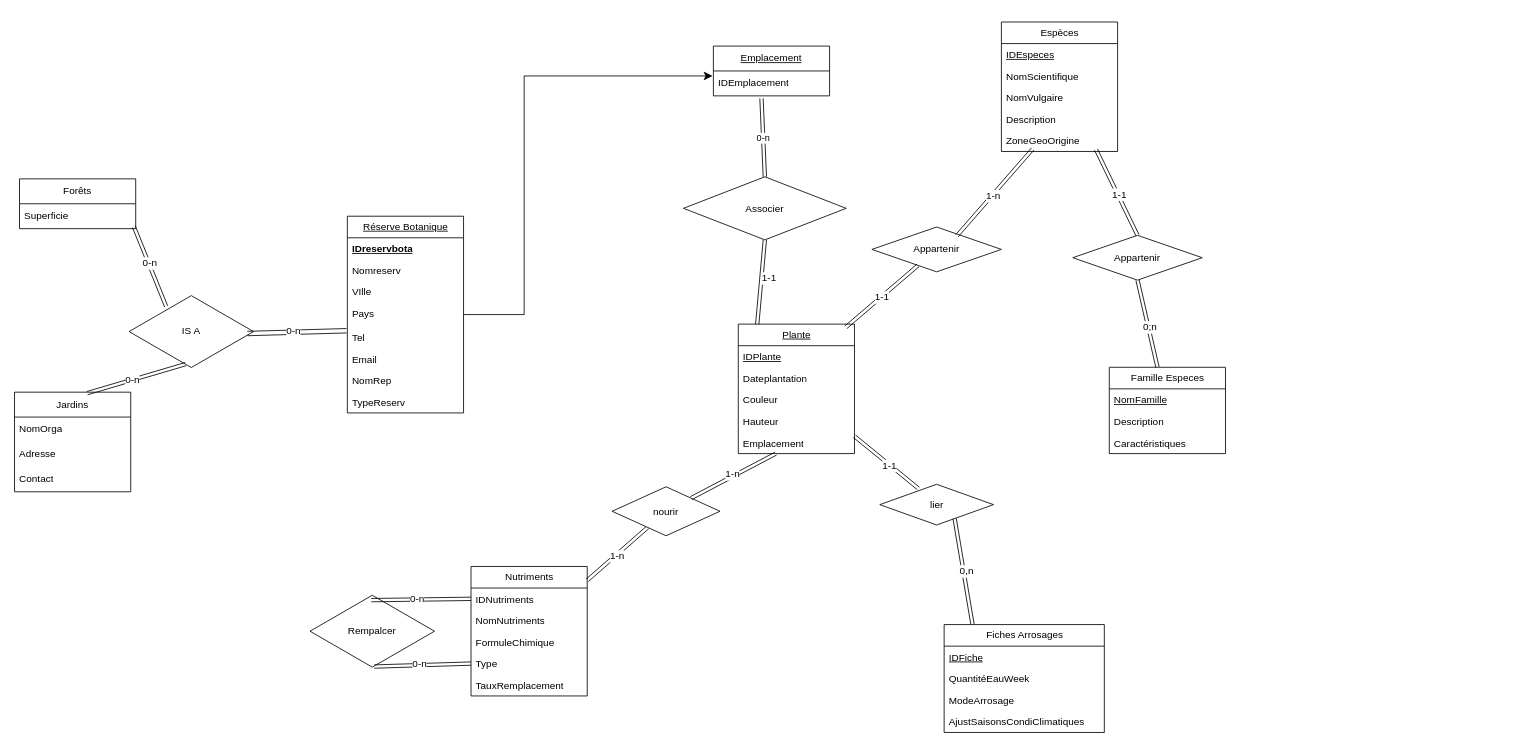
This is SAE3/Untitled Diagram.drawio from korasrar/Work, a draw.io file, before an edit. Source tidied: cells renumbered, new cells numbered last; positions are measured from the earlier drawing's top-left corner, leaving out a move shared by most shapes. Both pictures are drawn from the tidied source at 83%, with x=0, y=0 at pixel (14, 22).
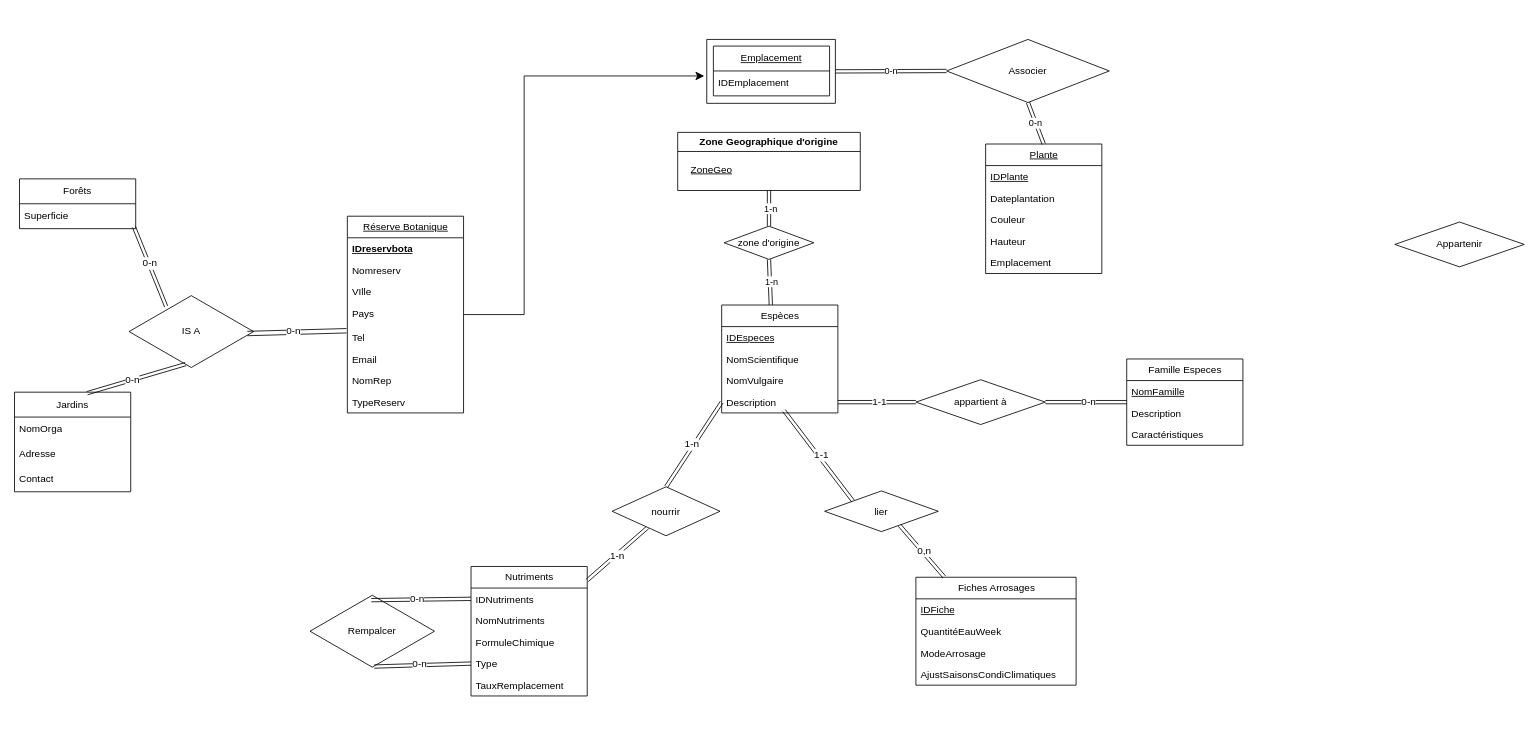
The same diagram, later.

Commit message:
Mettre à jour Untitled Diagram.drawio

The change refers to these unchanged cells:
```xml
<mxCell id="6" value="Pays" style="text;strokeColor=none;fillColor=none;align=left;verticalAlign=top;spacingLeft=4;spacingRight=4;overflow=hidden;points=[[0,0.5],[1,0.5]];portConstraint=eastwest;whiteSpace=wrap;html=1;" parent="2" vertex="1">
  <mxGeometry y="104" width="140" height="29" as="geometry" />
</mxCell>
<mxCell id="16" value="Emplacement" style="text;strokeColor=none;fillColor=none;align=left;verticalAlign=top;spacingLeft=4;spacingRight=4;overflow=hidden;points=[[0,0.5],[1,0.5]];portConstraint=eastwest;whiteSpace=wrap;html=1;" parent="11" vertex="1">
  <mxGeometry y="130" width="140" height="26" as="geometry" />
</mxCell>
<mxCell id="21" value="Description" style="text;strokeColor=none;fillColor=none;align=left;verticalAlign=top;spacingLeft=4;spacingRight=4;overflow=hidden;points=[[0,0.5],[1,0.5]];portConstraint=eastwest;whiteSpace=wrap;html=1;" parent="17" vertex="1">
  <mxGeometry y="104" width="140" height="26" as="geometry" />
</mxCell>
<mxCell id="81" value="IDEmplacement" style="text;strokeColor=none;fillColor=none;align=left;verticalAlign=middle;spacingLeft=4;spacingRight=4;overflow=hidden;points=[[0,0.5],[1,0.5]];portConstraint=eastwest;whiteSpace=wrap;html=1;" parent="80" vertex="1">
  <mxGeometry y="30" width="140" height="30" as="geometry" />
</mxCell>
```

Diff of the diagram source:
```diff
@@
     <mxCell id="11" value="&lt;u&gt;Plante&lt;/u&gt;" style="swimlane;fontStyle=0;horizontal=1;startSize=26;fillColor=none;html=1;" parent="1" vertex="1">
-      <mxGeometry x="872" y="364" width="140" height="156" as="geometry" />
+      <mxGeometry x="1170" y="147" width="140" height="156" as="geometry" />
     </mxCell>
@@
     <mxCell id="17" value="Espèces" style="swimlane;fontStyle=0;horizontal=1;startSize=26;fillColor=none;html=1;" parent="1" vertex="1">
-      <mxGeometry x="1189" width="140" height="156" as="geometry" />
+      <mxGeometry x="852" y="341" width="140" height="130" as="geometry" />
     </mxCell>
@@
-    <mxCell id="22" value="ZoneGeoOrigine" style="text;strokeColor=none;fillColor=none;align=left;verticalAlign=top;spacingLeft=4;spacingRight=4;overflow=hidden;whiteSpace=wrap;html=1;" parent="17" vertex="1">
-      <mxGeometry y="130" width="140" height="26" as="geometry" />
-    </mxCell>
     <mxCell id="23" value="Famille Especes" style="swimlane;fontStyle=0;horizontal=1;startSize=26;fillColor=none;html=1;" parent="1" vertex="1">
-      <mxGeometry x="1319" y="416" width="140" height="104" as="geometry" />
+      <mxGeometry x="1340" y="406" width="140" height="104" as="geometry" />
     </mxCell>
@@
     <mxCell id="27" value="Fiches Arrosages" style="swimlane;fontStyle=0;horizontal=1;startSize=26;fillColor=none;html=1;" parent="1" vertex="1">
-      <mxGeometry x="1120" y="726" width="193" height="130" as="geometry" />
+      <mxGeometry x="1086" y="669" width="193" height="130" as="geometry" />
     </mxCell>
@@
     <mxCell id="38" value="&lt;div&gt;Associer&lt;/div&gt;" style="rhombus;whiteSpace=wrap;html=1;" parent="1" vertex="1">
-      <mxGeometry x="806" y="186.5" width="196" height="76" as="geometry" />
+      <mxGeometry x="1123" y="21" width="196" height="76" as="geometry" />
     </mxCell>
@@
-    <mxCell id="40" style="shape=link;html=1;rounded=0;fontSize=12;startSize=8;endSize=8;curved=1;entryX=0.163;entryY=0.001;entryDx=0;entryDy=0;entryPerimeter=0;exitX=0.5;exitY=1;exitDx=0;exitDy=0;" parent="1" edge="1" source="38" target="11">
-      <mxGeometry relative="1" as="geometry" />
-    </mxCell>
-    <mxCell id="41" value="1-1" style="edgeLabel;html=1;align=center;verticalAlign=middle;fontSize=12;" parent="40" vertex="1">
-      <mxGeometry x="-0.29" relative="1" as="geometry">
-        <mxPoint x="8" y="10" as="offset" />
-      </mxGeometry>
-    </mxCell>
     <mxCell id="42" value="Appartenir" style="rhombus;whiteSpace=wrap;html=1;" parent="1" vertex="1">
-      <mxGeometry x="1033" y="247" width="156" height="54" as="geometry" />
+      <mxGeometry x="1663" y="241" width="156" height="54" as="geometry" />
     </mxCell>
-    <mxCell id="43" style="shape=link;html=1;rounded=0;fontSize=12;startSize=8;endSize=8;curved=1;entryX=0.362;entryY=0.883;entryDx=0;entryDy=0;entryPerimeter=0;exitX=0.657;exitY=0.194;exitDx=0;exitDy=0;exitPerimeter=0;" parent="1" edge="1" source="42">
-      <mxGeometry relative="1" as="geometry">
-        <mxPoint x="1226.7" y="153" as="targetPoint" />
-      </mxGeometry>
-    </mxCell>
-    <mxCell id="44" value="1-n" style="edgeLabel;html=1;align=center;verticalAlign=middle;fontSize=12;" parent="43" vertex="1">
-      <mxGeometry x="-0.06" y="-1" relative="1" as="geometry" />
-    </mxCell>
-    <mxCell id="45" style="shape=link;html=1;rounded=0;fontSize=12;startSize=8;endSize=8;curved=1;exitX=0.925;exitY=0.025;exitDx=0;exitDy=0;exitPerimeter=0;" parent="1" edge="1" source="11" target="42">
-      <mxGeometry relative="1" as="geometry" />
-    </mxCell>
-    <mxCell id="46" value="1-1" style="edgeLabel;html=1;align=center;verticalAlign=middle;fontSize=12;" parent="45" vertex="1">
-      <mxGeometry x="-0.02" relative="1" as="geometry" />
-    </mxCell>
-    <mxCell id="47" style="shape=link;html=1;rounded=0;fontSize=12;startSize=8;endSize=8;curved=1;exitX=0.5;exitY=1;exitDx=0;exitDy=0;" parent="1" edge="1" source="59" target="23">
+    <mxCell id="47" style="shape=link;html=1;rounded=0;fontSize=12;startSize=8;endSize=8;curved=1;exitX=1;exitY=0.5;exitDx=0;exitDy=0;" parent="1" edge="1" source="59" target="23">
       <mxGeometry relative="1" as="geometry" />
     </mxCell>
-    <mxCell id="48" value="0;n" style="edgeLabel;html=1;align=center;verticalAlign=middle;fontSize=12;" parent="47" vertex="1">
+    <mxCell id="48" value="0-n" style="edgeLabel;html=1;align=center;verticalAlign=middle;fontSize=12;" parent="47" vertex="1">
       <mxGeometry x="0.05" y="2" relative="1" as="geometry">
         <mxPoint y="1" as="offset" />
       </mxGeometry>
     </mxCell>
@@
-    <mxCell id="51" value="nourir" style="rhombus;whiteSpace=wrap;html=1;" parent="1" vertex="1">
+    <mxCell id="51" value="nourrir" style="rhombus;whiteSpace=wrap;html=1;" parent="1" vertex="1">
       <mxGeometry x="720" y="560" width="130" height="59" as="geometry" />
     </mxCell>
-    <mxCell id="52" style="shape=link;html=1;rounded=0;fontSize=12;startSize=8;endSize=8;curved=1;" parent="1" edge="1" source="51" target="16">
-      <mxGeometry relative="1" as="geometry" />
-    </mxCell>
-    <mxCell id="53" value="1-n" style="edgeLabel;html=1;align=center;verticalAlign=middle;fontSize=12;" parent="52" vertex="1">
-      <mxGeometry x="-0.01" y="3" relative="1" as="geometry" />
-    </mxCell>
     <mxCell id="54" value="lier" style="rhombus;whiteSpace=wrap;html=1;" parent="1" vertex="1">
-      <mxGeometry x="1042.5" y="557" width="137" height="49" as="geometry" />
+      <mxGeometry x="976" y="565" width="137" height="49" as="geometry" />
     </mxCell>
-    <mxCell id="55" style="shape=link;html=1;rounded=0;fontSize=12;startSize=8;endSize=8;curved=1;entryX=0.339;entryY=0.101;entryDx=0;entryDy=0;entryPerimeter=0;" parent="1" edge="1" source="11" target="54">
-      <mxGeometry relative="1" as="geometry" />
-    </mxCell>
-    <mxCell id="56" value="1-1" style="edgeLabel;html=1;align=center;verticalAlign=middle;fontSize=12;" parent="55" vertex="1">
-      <mxGeometry x="0.11" y="-1" relative="1" as="geometry" />
-    </mxCell>
@@
-    <mxCell id="59" value="Appartenir" style="rhombus;whiteSpace=wrap;html=1;" parent="1" vertex="1">
-      <mxGeometry x="1275" y="257" width="156" height="54" as="geometry" />
+    <mxCell id="59" value="&lt;div&gt;appartient à&lt;br&gt;&lt;/div&gt;" style="rhombus;whiteSpace=wrap;html=1;" parent="1" vertex="1">
+      <mxGeometry x="1086" y="431" width="156" height="54" as="geometry" />
     </mxCell>
-    <mxCell id="60" style="shape=link;html=1;rounded=0;fontSize=12;startSize=8;endSize=8;curved=1;exitX=0.907;exitY=0.912;exitDx=0;exitDy=0;exitPerimeter=0;entryX=0.5;entryY=0;entryDx=0;entryDy=0;" parent="1" edge="1" target="59">
-      <mxGeometry relative="1" as="geometry">
-        <mxPoint x="1303" y="153.7" as="sourcePoint" />
-      </mxGeometry>
+    <mxCell id="60" style="shape=link;html=1;rounded=0;fontSize=12;startSize=8;endSize=8;curved=1;entryX=0;entryY=0.5;entryDx=0;entryDy=0;exitX=1;exitY=0.5;exitDx=0;exitDy=0;" parent="1" edge="1" source="21" target="59">
+      <mxGeometry relative="1" as="geometry" />
     </mxCell>
@@
-    <mxCell id="82" value="0-n" style="shape=link;html=1;entryX=0.414;entryY=1.1;entryDx=0;entryDy=0;entryPerimeter=0;exitX=0.5;exitY=0;exitDx=0;exitDy=0;" parent="1" edge="1" source="38" target="81">
+    <mxCell id="82" value="0-n" style="shape=link;html=1;entryX=1;entryY=0.5;entryDx=0;entryDy=0;exitX=0;exitY=0.5;exitDx=0;exitDy=0;" parent="1" edge="1" source="38" target="84">
       <mxGeometry relative="1" as="geometry" />
     </mxCell>
-    <mxCell id="83" style="edgeStyle=segmentEdgeStyle;endArrow=classic;html=1;curved=0;rounded=0;endSize=8;startSize=8;exitX=1;exitY=0.5;exitDx=0;exitDy=0;entryX=-0.007;entryY=0.2;entryDx=0;entryDy=0;entryPerimeter=0;" parent="1" edge="1" source="6" target="81">
+    <mxCell id="83" style="edgeStyle=segmentEdgeStyle;endArrow=classic;html=1;curved=0;rounded=0;endSize=8;startSize=8;exitX=1;exitY=0.5;exitDx=0;exitDy=0;" parent="1" edge="1" source="6">
       <mxGeometry relative="1" as="geometry">
+        <mxPoint x="831" y="65" as="targetPoint" />
         <Array as="points">
           <mxPoint x="614" y="353" />
           <mxPoint x="614" y="65" />
         </Array>
       </mxGeometry>
     </mxCell>
+    <mxCell id="84" style="swimlane;startSize=0;" parent="1" vertex="1" collapsed="1">
+      <mxGeometry x="834" y="21" width="155" height="77" as="geometry" />
+    </mxCell>
+    <mxCell id="85" value="Zone Geographique d'origine" style="swimlane;whiteSpace=wrap;html=1;" parent="1" vertex="1">
+      <mxGeometry x="799" y="133" width="220" height="70" as="geometry" />
+    </mxCell>
+    <mxCell id="86" value="&lt;div&gt;&lt;u&gt;ZoneGeo&lt;/u&gt;&lt;/div&gt;&lt;div&gt;&lt;u&gt;&lt;br&gt;&lt;/u&gt;&lt;/div&gt;" style="text;strokeColor=none;fillColor=none;align=left;verticalAlign=top;spacingLeft=4;spacingRight=4;overflow=hidden;points=[[0,0.5],[1,0.5]];portConstraint=eastwest;whiteSpace=wrap;html=1;" parent="85" vertex="1">
+      <mxGeometry x="10" y="31" width="140" height="26" as="geometry" />
+    </mxCell>
+    <mxCell id="87" style="edgeStyle=orthogonalEdgeStyle;rounded=0;orthogonalLoop=1;jettySize=auto;html=1;exitX=1;exitY=0.5;exitDx=0;exitDy=0;" parent="85" edge="1" source="86" target="86">
+      <mxGeometry relative="1" as="geometry" />
+    </mxCell>
+    <mxCell id="88" style="shape=link;html=1;rounded=0;fontSize=12;startSize=8;endSize=8;curved=1;entryX=0.5;entryY=1;entryDx=0;entryDy=0;exitX=0.5;exitY=0;exitDx=0;exitDy=0;" parent="1" edge="1" source="95" target="85">
+      <mxGeometry relative="1" as="geometry" />
+    </mxCell>
+    <mxCell id="89" value="&lt;div&gt;1-n&lt;/div&gt;" style="edgeLabel;html=1;align=center;verticalAlign=middle;" parent="88" vertex="1">
+      <mxGeometry y="-1" relative="1" as="geometry" />
+    </mxCell>
+    <mxCell id="90" style="shape=link;html=1;rounded=0;fontSize=12;startSize=8;endSize=8;curved=1;exitX=0.5;exitY=0;exitDx=0;exitDy=0;entryX=0;entryY=0.5;entryDx=0;entryDy=0;" parent="1" edge="1" source="51" target="21">
+      <mxGeometry relative="1" as="geometry" />
+    </mxCell>
+    <mxCell id="91" value="1-n" style="edgeLabel;html=1;align=center;verticalAlign=middle;fontSize=12;" parent="90" vertex="1">
+      <mxGeometry x="-0.01" y="3" relative="1" as="geometry" />
+    </mxCell>
+    <mxCell id="92" value="0-n" style="shape=link;html=1;entryX=0.5;entryY=1;entryDx=0;entryDy=0;exitX=0.5;exitY=0;exitDx=0;exitDy=0;" parent="1" edge="1" source="11" target="38">
+      <mxGeometry relative="1" as="geometry" />
+    </mxCell>
+    <mxCell id="93" style="shape=link;html=1;rounded=0;fontSize=12;startSize=8;endSize=8;curved=1;entryX=0;entryY=0;entryDx=0;entryDy=0;exitX=0.536;exitY=0.891;exitDx=0;exitDy=0;exitPerimeter=0;" parent="1" edge="1" source="21" target="54">
+      <mxGeometry relative="1" as="geometry" />
+    </mxCell>
+    <mxCell id="94" value="1-1" style="edgeLabel;html=1;align=center;verticalAlign=middle;fontSize=12;" parent="93" vertex="1">
+      <mxGeometry x="0.01" y="3" relative="1" as="geometry" />
+    </mxCell>
+    <mxCell id="95" value="zone d'origine" style="rhombus;whiteSpace=wrap;html=1;" parent="1" vertex="1">
+      <mxGeometry x="855" y="246" width="108" height="40" as="geometry" />
+    </mxCell>
+    <mxCell id="96" style="shape=link;html=1;rounded=0;fontSize=12;startSize=8;endSize=8;curved=1;entryX=0.5;entryY=1;entryDx=0;entryDy=0;exitX=0.5;exitY=0;exitDx=0;exitDy=0;" parent="1" edge="1" target="95">
+      <mxGeometry relative="1" as="geometry">
+        <mxPoint x="911.2" y="341" as="sourcePoint" />
+      </mxGeometry>
+    </mxCell>
+    <mxCell id="97" value="&lt;div&gt;1-n&lt;/div&gt;" style="edgeLabel;html=1;align=center;verticalAlign=middle;" parent="96" vertex="1">
+      <mxGeometry y="-1" relative="1" as="geometry" />
+    </mxCell>
```
